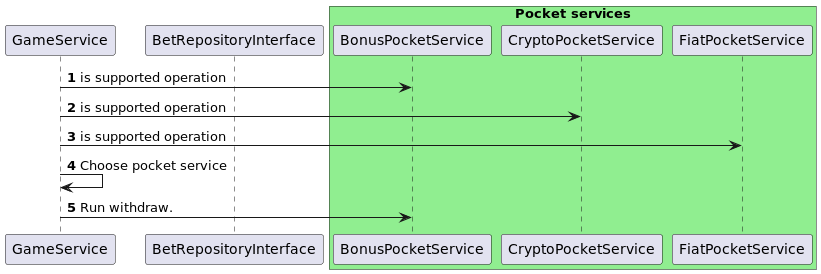
SukachVitally/test_game_pocket keeps this PlantUML diagram as docs/images/WithdrawSequenceDiagram.png. Above is the earlier version. Source of this version:
```plantuml
@startuml

autonumber
participant GameService as gs
participant BetRepositoryInterface
box "Pocket services" #LightGreen
    participant BonusPocketService
    participant CryptoPocketService
    participant FiatPocketService
end box

gs -> BonusPocketService: is supported operation
gs -> CryptoPocketService: is supported operation
gs -> FiatPocketService: is supported operation
gs -> gs: Choose pocket service
gs -> BonusPocketService: Run withdraw.

@enduml
```
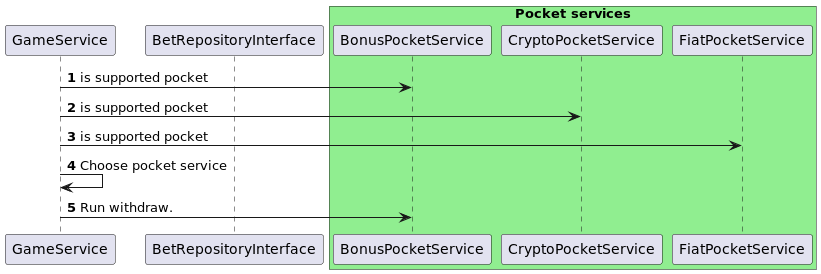
After the commit.

Commit message:
Small diagram improvemenents

What changed in the source:
```diff
@@ -9,9 +9,9 @@
     participant FiatPocketService
 end box
 
-gs -> BonusPocketService: is supported operation
-gs -> CryptoPocketService: is supported operation
-gs -> FiatPocketService: is supported operation
+gs -> BonusPocketService: is supported pocket
+gs -> CryptoPocketService: is supported pocket
+gs -> FiatPocketService: is supported pocket
 gs -> gs: Choose pocket service
 gs -> BonusPocketService: Run withdraw.
 
```
